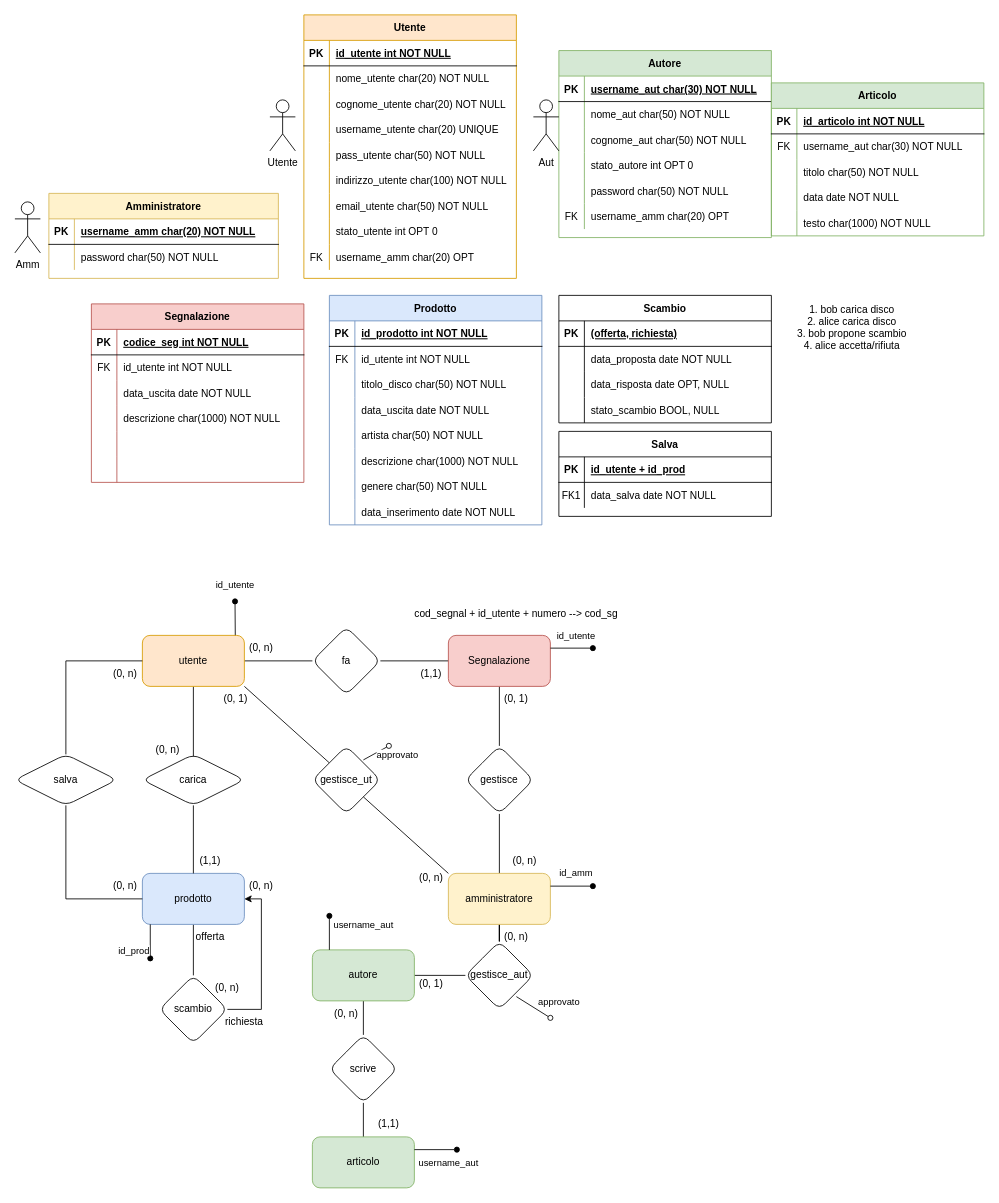
The draw.io diagram testDraw.drawio in nonPitte/testDraw, before the edit. Source tidied: cells renumbered, new cells numbered last; positions are measured from the earlier drawing's top-left corner, leaving out a move shared by most shapes. Both pictures are drawn from the tidied source at 85%, with x=0, y=0 at pixel (14, 14).
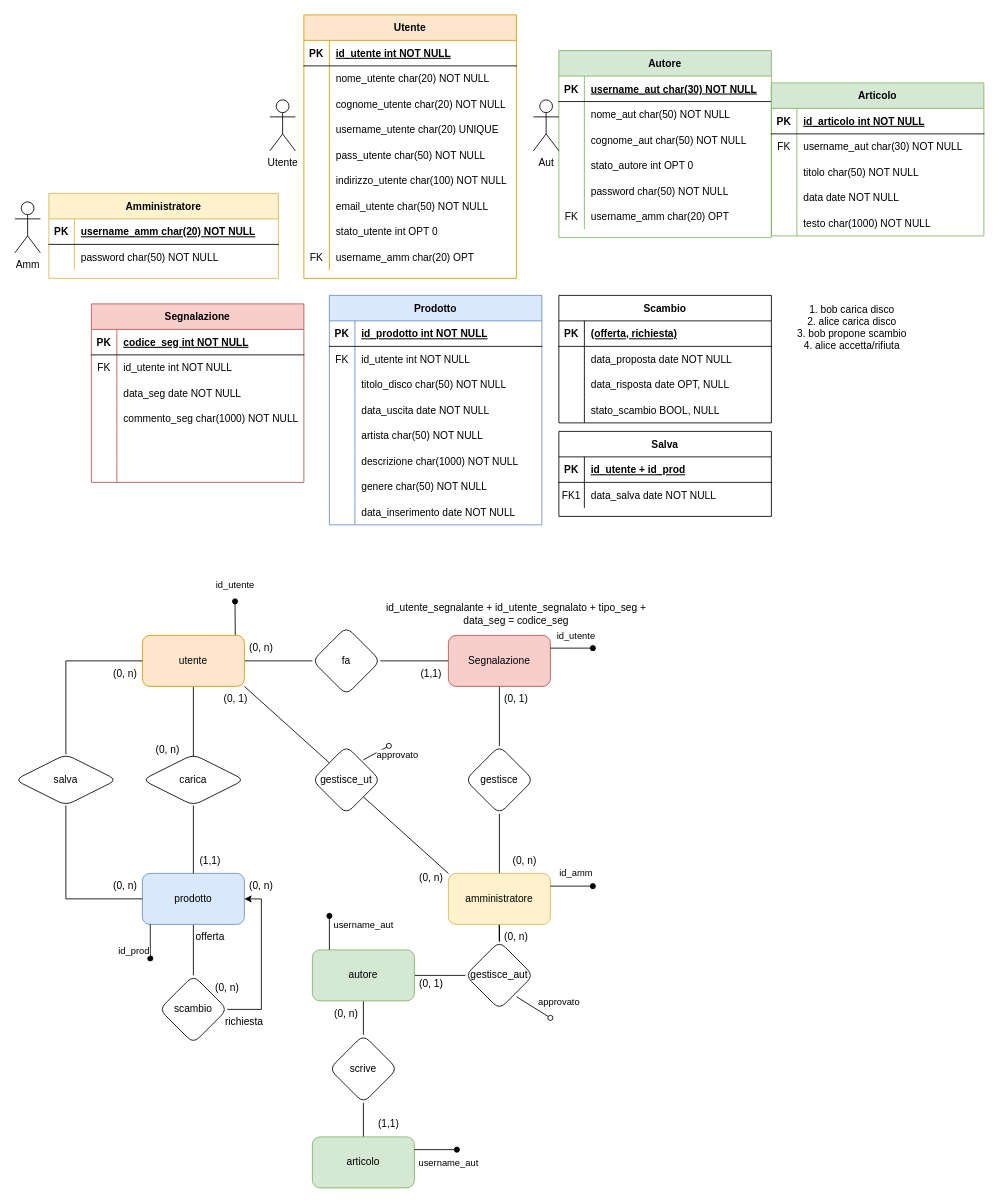
The same diagram, later.

Commit message:
segnalazione data

The change refers to these unchanged cells:
```xml
<mxCell id="186" style="shape=partialRectangle;fillColor=none;top=0;left=0;right=0;bottom=0;" parent="179" vertex="1">
  <mxGeometry y="90" width="250" height="30" as="geometry" />
</mxCell>
<mxCell id="189" style="shape=partialRectangle;fillColor=none;top=0;left=0;right=0;bottom=0;" parent="179" vertex="1">
  <mxGeometry y="120" width="250" height="30" as="geometry" />
</mxCell>
```

What changed in the source:
```diff
@@
-    <mxCell id="88" value="cod_segnal + id_utente + numero --&amp;gt; cod_sg" style="text;html=1;align=center;verticalAlign=middle;whiteSpace=wrap;rounded=0;" parent="1" vertex="1">
+    <mxCell id="88" value="id_utente_segnalante + id_utente_segnalato + tipo_seg + data_seg = codice_seg" style="text;html=1;align=center;verticalAlign=middle;whiteSpace=wrap;rounded=0;" parent="1" vertex="1">
       <mxGeometry x="415" y="690" width="350" height="30" as="geometry" />
     </mxCell>
@@
-    <mxCell id="188" value="data_uscita date NOT NULL" style="shape=partialRectangle;overflow=hidden;fillColor=none;top=0;left=0;bottom=0;right=0;align=left;spacingLeft=6;" parent="186" vertex="1">
+    <mxCell id="188" value="data_seg date NOT NULL" style="shape=partialRectangle;overflow=hidden;fillColor=none;top=0;left=0;bottom=0;right=0;align=left;spacingLeft=6;" parent="186" vertex="1">
       <mxGeometry x="30" width="220" height="30" as="geometry" />
     </mxCell>
@@
-    <mxCell id="191" value="descrizione char(1000) NOT NULL" style="shape=partialRectangle;overflow=hidden;fillColor=none;top=0;left=0;bottom=0;right=0;align=left;spacingLeft=6;" parent="189" vertex="1">
+    <mxCell id="191" value="commento_seg char(1000) NOT NULL" style="shape=partialRectangle;overflow=hidden;fillColor=none;top=0;left=0;bottom=0;right=0;align=left;spacingLeft=6;" parent="189" vertex="1">
       <mxGeometry x="30" width="220" height="30" as="geometry" />
     </mxCell>
```
